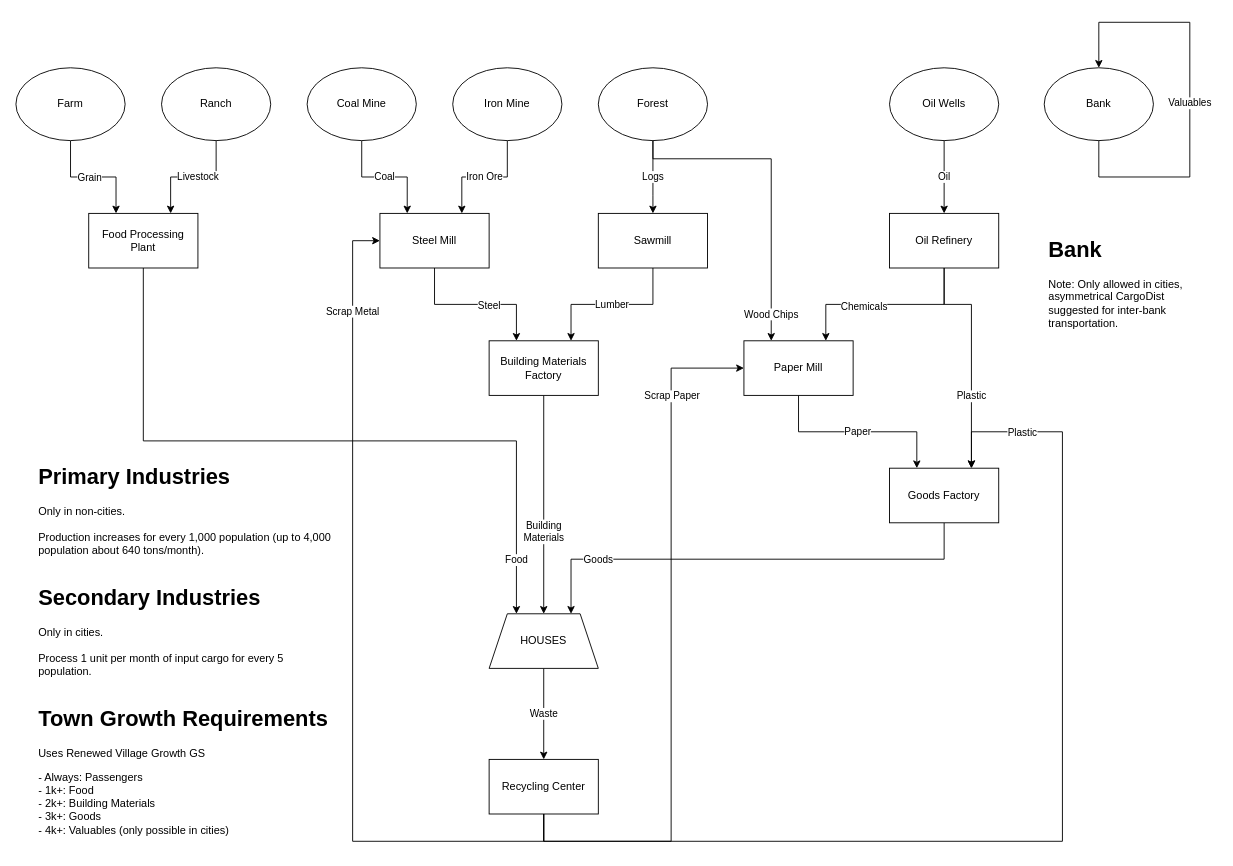
2TallTyler/improved_town_industries keeps this draw.io diagram as docs/ITI2_diagram.drawio. Above is the earlier version. Source tidied: cells renumbered, new cells numbered last; positions are measured from the earlier drawing's top-left corner, leaving out a move shared by most shapes. Both pictures are drawn from the tidied source at 91%, with x=0, y=0 at pixel (15, 22).
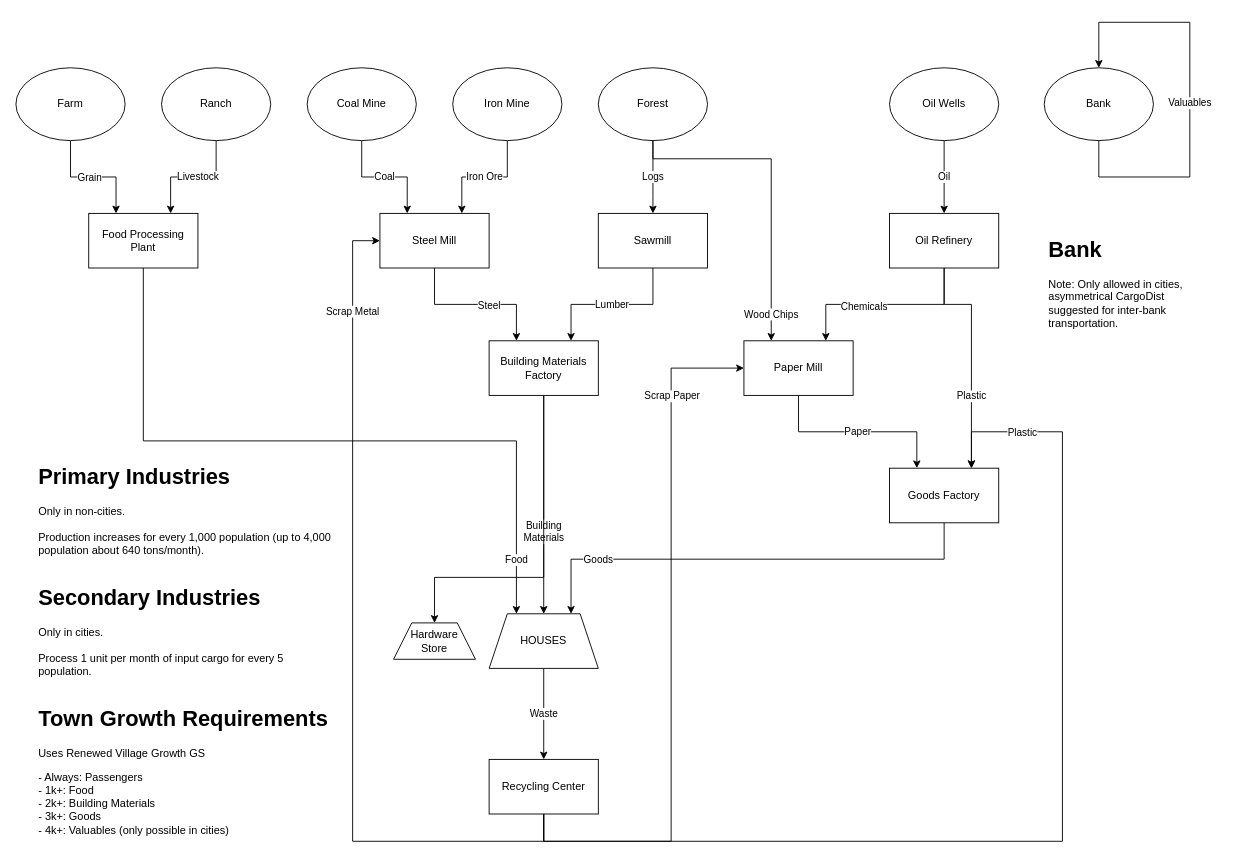
The same page after the edit.

Commit message (it also covers changes not shown here):
Doc: Add Hardware Store to Readme

The change refers to these unchanged cells:
```xml
<mxCell id="28" value="Building Materials&lt;br&gt;Factory" style="rounded=0;whiteSpace=wrap;html=1;" parent="1" vertex="1">
  <mxGeometry x="520" y="350" width="120" height="60" as="geometry" />
</mxCell>
```

The edit, as a diff of the source:
```diff
@@
+    <mxCell id="50" style="edgeStyle=orthogonalEdgeStyle;rounded=0;jettySize=auto;html=1;exitX=0.5;exitY=1;exitDx=0;exitDy=0;entryX=0.5;entryY=0;entryDx=0;entryDy=0;" parent="1" edge="1" source="28" target="51">
+      <mxGeometry relative="1" as="geometry">
+        <Array as="points">
+          <mxPoint x="580" y="610" />
+          <mxPoint x="460" y="610" />
+        </Array>
+      </mxGeometry>
+    </mxCell>
@@
+    <mxCell id="51" value="Hardware&lt;div&gt;Store&lt;/div&gt;" style="shape=trapezoid;perimeter=trapezoidPerimeter;whiteSpace=wrap;html=1;fixedSize=1;" parent="1" vertex="1">
+      <mxGeometry x="415" y="660" width="90" height="40" as="geometry" />
+    </mxCell>
```
